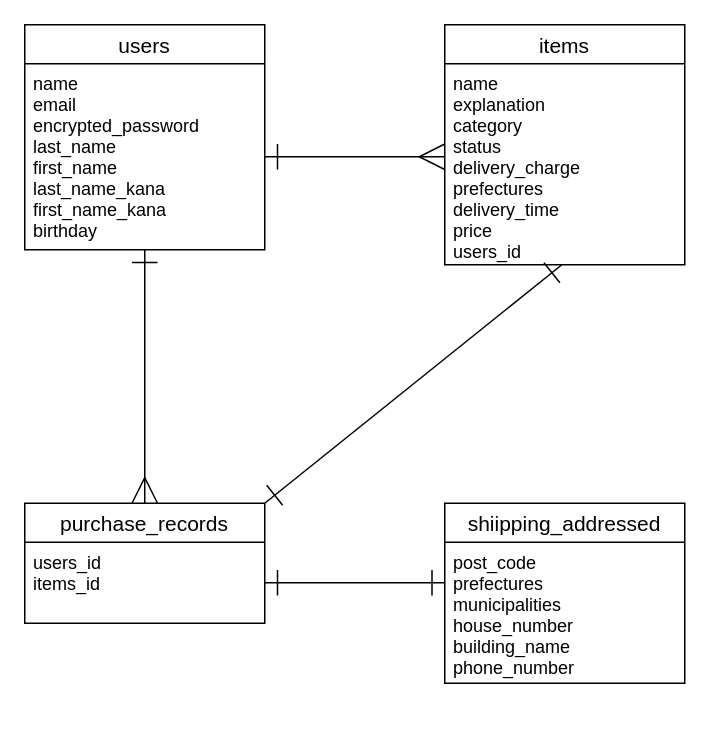
Before: furima-38907.dio in ookubozin/furima-38907, a draw.io diagram. Source tidied: cells renumbered, new cells numbered last; positions are measured from the earlier drawing's top-left corner, leaving out a move shared by most shapes. Both pictures are drawn from the tidied source at 150%, with x=0, y=0 at pixel (24, 24).
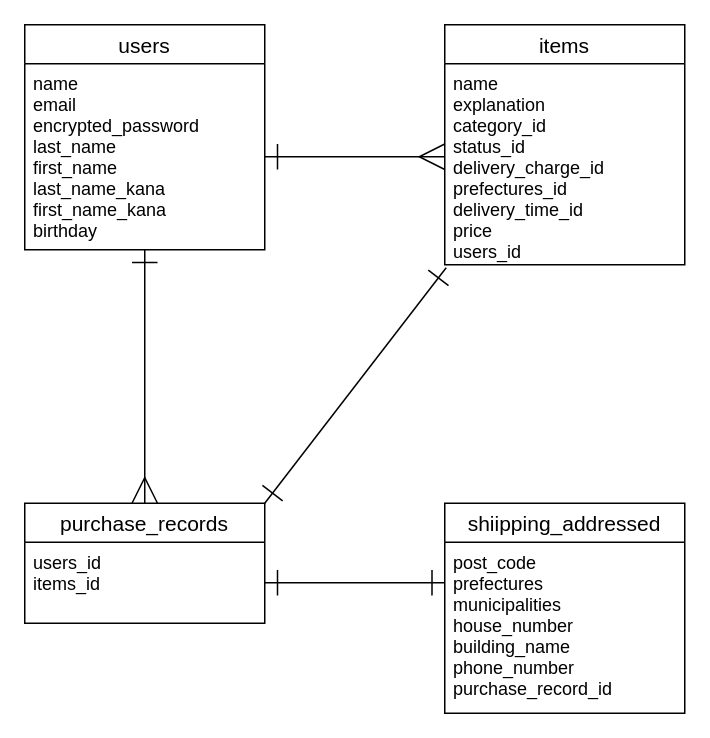
The same page after the edit.

What changed in the source:
```diff
@@
 <mxGraphModel>
   <root>
     <mxCell id="0" />
     <mxCell id="1" parent="0" />
     <mxCell id="2" value="users" style="swimlane;fontStyle=0;horizontal=1;startSize=26;align=center;fontSize=14;" parent="1" vertex="1">
       <mxGeometry width="160" height="150" as="geometry" />
     </mxCell>
     <mxCell id="3" value="name&#10;email&#10;encrypted_password&#10;last_name&#10;first_name&#10;last_name_kana&#10;first_name_kana&#10;birthday" style="text;strokeColor=none;fillColor=none;spacingLeft=4;spacingRight=4;overflow=hidden;points=[[0,0.5],[1,0.5]];portConstraint=eastwest;fontSize=12;" parent="2" vertex="1">
       <mxGeometry y="26" width="160" height="124" as="geometry" />
     </mxCell>
     <mxCell id="4" value="items" style="swimlane;fontStyle=0;horizontal=1;startSize=26;align=center;fontSize=14;" parent="1" vertex="1">
       <mxGeometry x="280" width="160" height="160" as="geometry" />
     </mxCell>
-    <mxCell id="5" value="name&#10;explanation&#10;category&#10;status&#10;delivery_charge&#10;prefectures&#10;delivery_time&#10;price&#10;users_id" style="text;strokeColor=none;fillColor=none;spacingLeft=4;spacingRight=4;overflow=hidden;points=[[0,0.5],[1,0.5]];portConstraint=eastwest;fontSize=12;" parent="4" vertex="1">
+    <mxCell id="5" value="name&#10;explanation&#10;category_id&#10;status_id&#10;delivery_charge_id&#10;prefectures_id&#10;delivery_time_id&#10;price&#10;users_id" style="text;strokeColor=none;fillColor=none;spacingLeft=4;spacingRight=4;overflow=hidden;points=[[0,0.5],[1,0.5]];portConstraint=eastwest;fontSize=12;" parent="4" vertex="1">
       <mxGeometry y="26" width="160" height="134" as="geometry" />
     </mxCell>
     <mxCell id="6" value="purchase_records" style="swimlane;fontStyle=0;horizontal=1;startSize=26;align=center;fontSize=14;" parent="1" vertex="1">
       <mxGeometry y="319" width="160" height="80" as="geometry" />
     </mxCell>
     <mxCell id="7" value="users_id&#10;items_id" style="text;strokeColor=none;fillColor=none;spacingLeft=4;spacingRight=4;overflow=hidden;points=[[0,0.5],[1,0.5]];portConstraint=eastwest;fontSize=12;" parent="6" vertex="1">
       <mxGeometry y="26" width="160" height="54" as="geometry" />
     </mxCell>
     <mxCell id="8" value="shiipping_addressed" style="swimlane;fontStyle=0;horizontal=1;startSize=26;align=center;fontSize=14;" parent="1" vertex="1">
-      <mxGeometry x="280" y="319" width="160" height="120" as="geometry" />
+      <mxGeometry x="280" y="319" width="160" height="140" as="geometry" />
     </mxCell>
-    <mxCell id="9" value="post_code&#10;prefectures&#10;municipalities&#10;house_number&#10;building_name&#10;phone_number" style="text;strokeColor=none;fillColor=none;spacingLeft=4;spacingRight=4;overflow=hidden;points=[[0,0.5],[1,0.5]];portConstraint=eastwest;fontSize=12;" parent="8" vertex="1">
-      <mxGeometry y="26" width="160" height="94" as="geometry" />
+    <mxCell id="9" value="post_code&#10;prefectures&#10;municipalities&#10;house_number&#10;building_name&#10;phone_number&#10;purchase_record_id" style="text;strokeColor=none;fillColor=none;spacingLeft=4;spacingRight=4;overflow=hidden;points=[[0,0.5],[1,0.5]];portConstraint=eastwest;fontSize=12;" parent="8" vertex="1">
+      <mxGeometry y="26" width="160" height="114" as="geometry" />
     </mxCell>
     <mxCell id="10" style="edgeStyle=none;html=1;entryX=0.5;entryY=0;entryDx=0;entryDy=0;startArrow=ERone;startFill=0;endArrow=ERmany;endFill=0;strokeWidth=1;targetPerimeterSpacing=0;strokeColor=default;endSize=15;startSize=15;" parent="1" edge="1" source="3" target="6">
       <mxGeometry relative="1" as="geometry" />
     </mxCell>
     <mxCell id="11" style="edgeStyle=none;html=1;strokeColor=default;strokeWidth=1;startArrow=ERone;startFill=0;endArrow=ERmany;endFill=0;startSize=15;endSize=15;targetPerimeterSpacing=0;" parent="1" edge="1" source="3">
       <mxGeometry relative="1" as="geometry">
         <mxPoint x="280" y="88" as="targetPoint" />
         <Array as="points">
           <mxPoint x="280" y="88" />
         </Array>
       </mxGeometry>
     </mxCell>
-    <mxCell id="12" style="edgeStyle=none;html=1;strokeColor=default;strokeWidth=1;startArrow=ERone;startFill=0;endArrow=ERone;endFill=0;startSize=15;endSize=15;targetPerimeterSpacing=0;exitX=0.488;exitY=1;exitDx=0;exitDy=0;exitPerimeter=0;" parent="1" edge="1" source="5">
+    <mxCell id="12" style="edgeStyle=none;html=1;strokeColor=default;strokeWidth=1;startArrow=ERone;startFill=0;endArrow=ERone;endFill=0;startSize=15;endSize=15;targetPerimeterSpacing=0;exitX=0.006;exitY=1.015;exitDx=0;exitDy=0;exitPerimeter=0;" parent="1" edge="1" source="5">
       <mxGeometry relative="1" as="geometry">
         <mxPoint x="160" y="319" as="targetPoint" />
       </mxGeometry>
     </mxCell>
-    <mxCell id="13" style="edgeStyle=none;html=1;entryX=0;entryY=0.287;entryDx=0;entryDy=0;entryPerimeter=0;strokeColor=default;strokeWidth=1;startArrow=ERone;startFill=0;endArrow=ERone;endFill=0;startSize=15;endSize=15;targetPerimeterSpacing=0;" parent="1" edge="1" source="7" target="9">
-      <mxGeometry relative="1" as="geometry" />
+    <mxCell id="13" style="edgeStyle=none;html=1;entryX=0;entryY=0.237;entryDx=0;entryDy=0;entryPerimeter=0;strokeColor=default;strokeWidth=1;startArrow=ERone;startFill=0;endArrow=ERone;endFill=0;startSize=15;endSize=15;targetPerimeterSpacing=0;" parent="1" edge="1" source="7" target="9">
+      <mxGeometry relative="1" as="geometry">
+        <Array as="points">
+          <mxPoint x="270" y="372" />
+        </Array>
+      </mxGeometry>
     </mxCell>
   </root>
 </mxGraphModel>
```
